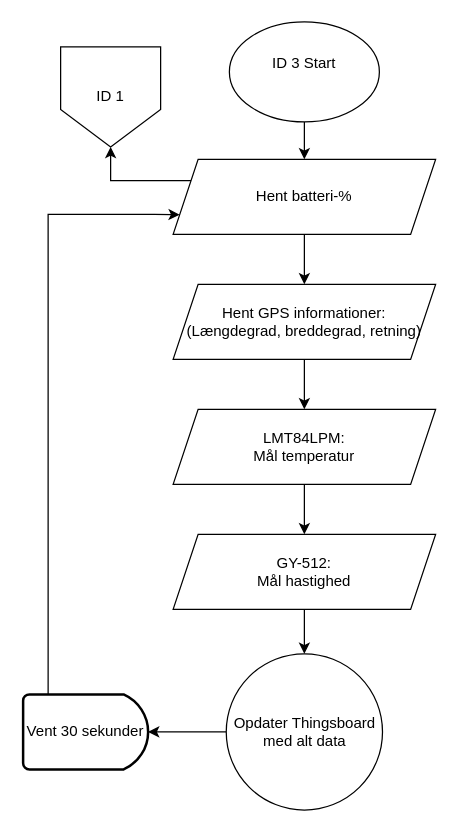
Above: ID 03, P1/ID3 V1 Data til Thingsboard.drawio in KEA-E24-B9-IOT1/E24-B9-IoT1 (draw.io), before the change. Source tidied: cells renumbered, new cells numbered last; positions are measured from the earlier drawing's top-left corner, leaving out a move shared by most shapes. Both pictures are drawn from the tidied source at 125%, with x=0, y=0 at pixel (22, 21).
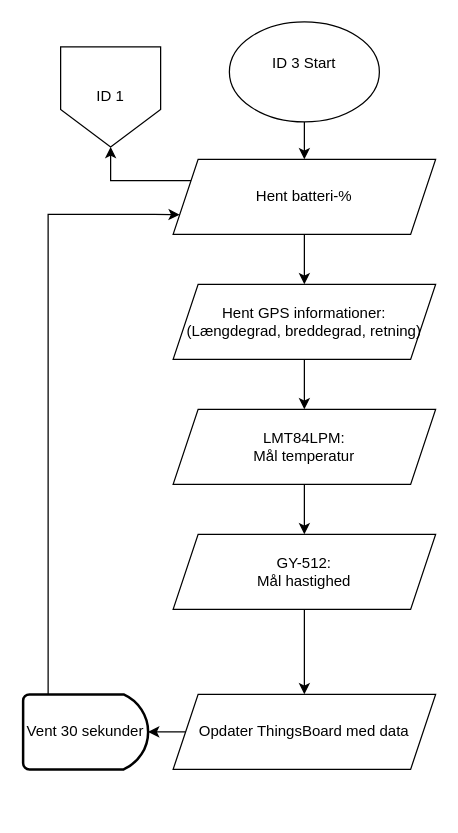
The same diagram, later.

Diff of the diagram source:
```diff
@@
 <mxGraphModel>
   <root>
     <mxCell id="0" />
     <mxCell id="1" parent="0" />
     <mxCell id="2" style="edgeStyle=orthogonalEdgeStyle;rounded=0;jettySize=auto;html=1;" parent="1" edge="1" source="3" target="5">
       <mxGeometry relative="1" as="geometry" />
     </mxCell>
     <mxCell id="3" value="ID 3 Start&lt;div&gt;&lt;br&gt;&lt;/div&gt;" style="ellipse;whiteSpace=wrap;html=1;" parent="1" vertex="1">
       <mxGeometry x="165" width="120" height="80" as="geometry" />
     </mxCell>
     <mxCell id="4" style="edgeStyle=orthogonalEdgeStyle;rounded=0;jettySize=auto;html=1;exitX=0;exitY=0.25;exitDx=0;exitDy=0;entryX=0.5;entryY=1;entryDx=0;entryDy=0;" parent="1" edge="1" source="5" target="11">
       <mxGeometry relative="1" as="geometry" />
     </mxCell>
     <mxCell id="5" value="Hent batteri-%" style="shape=parallelogram;perimeter=parallelogramPerimeter;whiteSpace=wrap;html=1;fixedSize=1;rounded=0;" parent="1" vertex="1">
       <mxGeometry x="120" y="110" width="210" height="60" as="geometry" />
     </mxCell>
-    <mxCell id="6" style="edgeStyle=orthogonalEdgeStyle;rounded=0;jettySize=auto;html=1;" parent="1" edge="1" source="7" target="16">
-      <mxGeometry relative="1" as="geometry" />
-    </mxCell>
-    <mxCell id="7" value="Opdater Thingsboard med alt data" style="ellipse;whiteSpace=wrap;html=1;" parent="1" vertex="1">
-      <mxGeometry x="162.5" y="505.5" width="125" height="125" as="geometry" />
-    </mxCell>
     <mxCell id="8" style="edgeStyle=orthogonalEdgeStyle;rounded=0;jettySize=auto;html=1;entryX=0;entryY=0.75;entryDx=0;entryDy=0;exitX=0.4;exitY=0;exitDx=0;exitDy=0;exitPerimeter=0;" parent="1" edge="1" target="5">
       <mxGeometry relative="1" as="geometry">
         <mxPoint x="20" y="548" as="sourcePoint" />
         <Array as="points">
           <mxPoint x="20" y="154" />
           <mxPoint x="105" y="154" />
         </Array>
       </mxGeometry>
     </mxCell>
     <mxCell id="9" style="edgeStyle=orthogonalEdgeStyle;rounded=0;jettySize=auto;html=1;" parent="1" edge="1" source="10" target="15">
       <mxGeometry relative="1" as="geometry" />
     </mxCell>
     <mxCell id="10" value="&lt;div&gt;LMT84LPM:&lt;/div&gt;&lt;div&gt;Mål temperatur&lt;br&gt;&lt;/div&gt;" style="shape=parallelogram;perimeter=parallelogramPerimeter;whiteSpace=wrap;html=1;fixedSize=1;rounded=0;" parent="1" vertex="1">
       <mxGeometry x="120" y="310" width="210" height="60" as="geometry" />
     </mxCell>
     <mxCell id="11" value="ID 1" style="shape=offPageConnector;whiteSpace=wrap;html=1;" parent="1" vertex="1">
       <mxGeometry x="30" y="20" width="80" height="80" as="geometry" />
     </mxCell>
     <mxCell id="12" style="edgeStyle=orthogonalEdgeStyle;rounded=0;jettySize=auto;html=1;" parent="1" edge="1" source="13" target="10">
       <mxGeometry relative="1" as="geometry" />
     </mxCell>
     <mxCell id="13" value="Hent GPS informationer:&lt;br&gt;(Længdegrad, breddegrad, retning)" style="shape=parallelogram;perimeter=parallelogramPerimeter;whiteSpace=wrap;html=1;fixedSize=1;" parent="1" vertex="1">
       <mxGeometry x="120" y="210" width="210" height="60" as="geometry" />
     </mxCell>
-    <mxCell id="14" style="edgeStyle=orthogonalEdgeStyle;rounded=0;jettySize=auto;html=1;" parent="1" edge="1" source="15" target="7">
-      <mxGeometry relative="1" as="geometry" />
-    </mxCell>
+    <mxCell id="18" style="edgeStyle=orthogonalEdgeStyle;rounded=0;jettySize=auto;html=1;exitX=0.5;exitY=1;exitDx=0;exitDy=0;entryX=0.5;entryY=0;entryDx=0;entryDy=0;" parent="1" edge="1" source="15" target="19">
+      <mxGeometry relative="1" as="geometry" />
+    </mxCell>
     <mxCell id="15" value="GY-512:&lt;br&gt;Mål hastighed" style="shape=parallelogram;perimeter=parallelogramPerimeter;whiteSpace=wrap;html=1;fixedSize=1;rounded=0;" parent="1" vertex="1">
       <mxGeometry x="120" y="410" width="210" height="60" as="geometry" />
     </mxCell>
     <mxCell id="16" value="Vent 30 sekunder" style="strokeWidth=2;html=1;shape=mxgraph.flowchart.delay;whiteSpace=wrap;" parent="1" vertex="1">
       <mxGeometry y="538" width="100" height="60" as="geometry" />
     </mxCell>
     <mxCell id="17" style="edgeStyle=orthogonalEdgeStyle;rounded=0;jettySize=auto;html=1;" parent="1" edge="1" source="5" target="13">
       <mxGeometry relative="1" as="geometry" />
     </mxCell>
+    <mxCell id="19" value="Opdater ThingsBoard med data" style="shape=parallelogram;perimeter=parallelogramPerimeter;whiteSpace=wrap;html=1;fixedSize=1;rounded=0;" parent="1" vertex="1">
+      <mxGeometry x="120" y="538" width="210" height="60" as="geometry" />
+    </mxCell>
+    <mxCell id="20" style="edgeStyle=orthogonalEdgeStyle;rounded=0;jettySize=auto;html=1;exitX=0;exitY=0.5;exitDx=0;exitDy=0;entryX=1;entryY=0.5;entryDx=0;entryDy=0;entryPerimeter=0;" parent="1" edge="1" source="19" target="16">
+      <mxGeometry relative="1" as="geometry" />
+    </mxCell>
   </root>
 </mxGraphModel>
```
